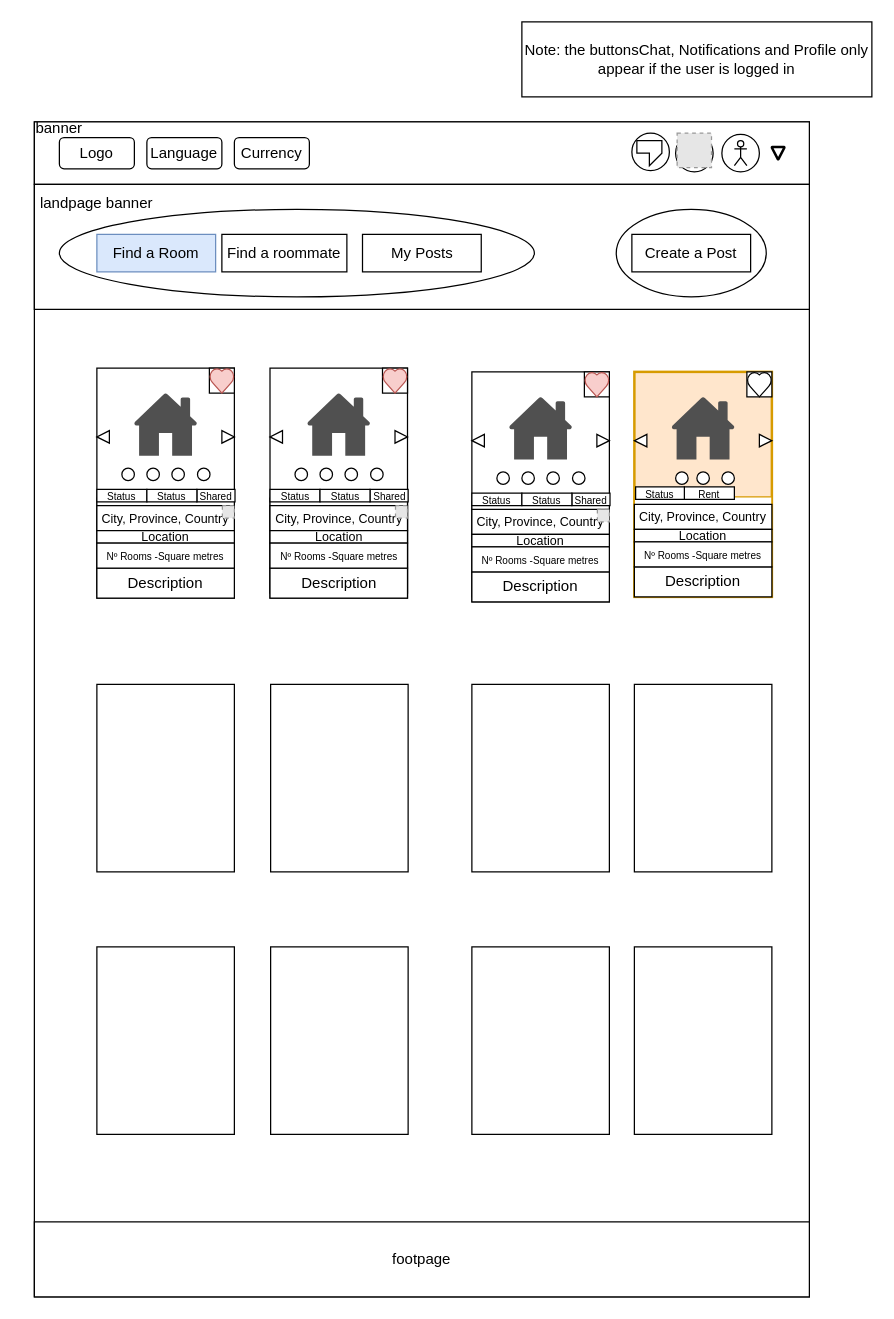
This is CroquisWeb/DrawIO/Landpage (logged in).drawio from sofwarebakery/CroquisWeb, a draw.io file, before an edit. Source tidied: cells renumbered, new cells numbered last; positions are measured from the earlier drawing's top-left corner, leaving out a move shared by most shapes. Both pictures are drawn from the tidied source at 125%, with x=0, y=0 at pixel (21, 21). Pictures stored in the file or linked from it are replaced by grey dashed boxes.
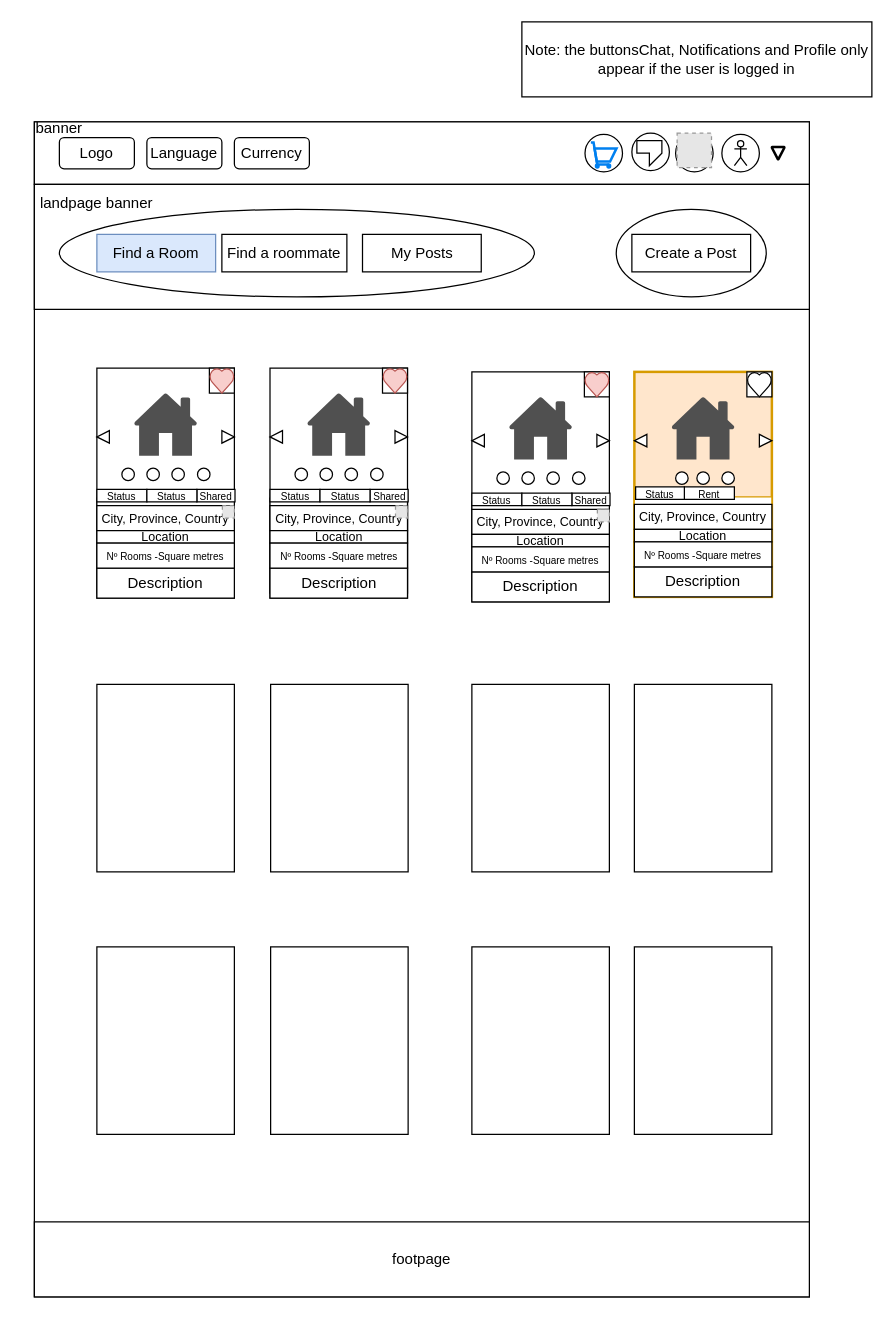
The same diagram, later.

Diff of the diagram source:
```diff
@@
+    <mxCell id="106" style="ellipse;whiteSpace=wrap;html=1;" parent="1" vertex="1">
+      <mxGeometry x="450.5" y="90" width="30" height="30" as="geometry" />
+    </mxCell>
+    <mxCell id="107" style="html=1;verticalLabelPosition=bottom;align=center;labelBackgroundColor=#ffffff;verticalAlign=top;strokeWidth=2;strokeColor=#0080F0;shadow=0;dashed=0;shape=mxgraph.ios7.icons.shopping_cart;" parent="1" vertex="1">
+      <mxGeometry x="455.2" y="96.5" width="20.5" height="20" as="geometry" />
+    </mxCell>
```
